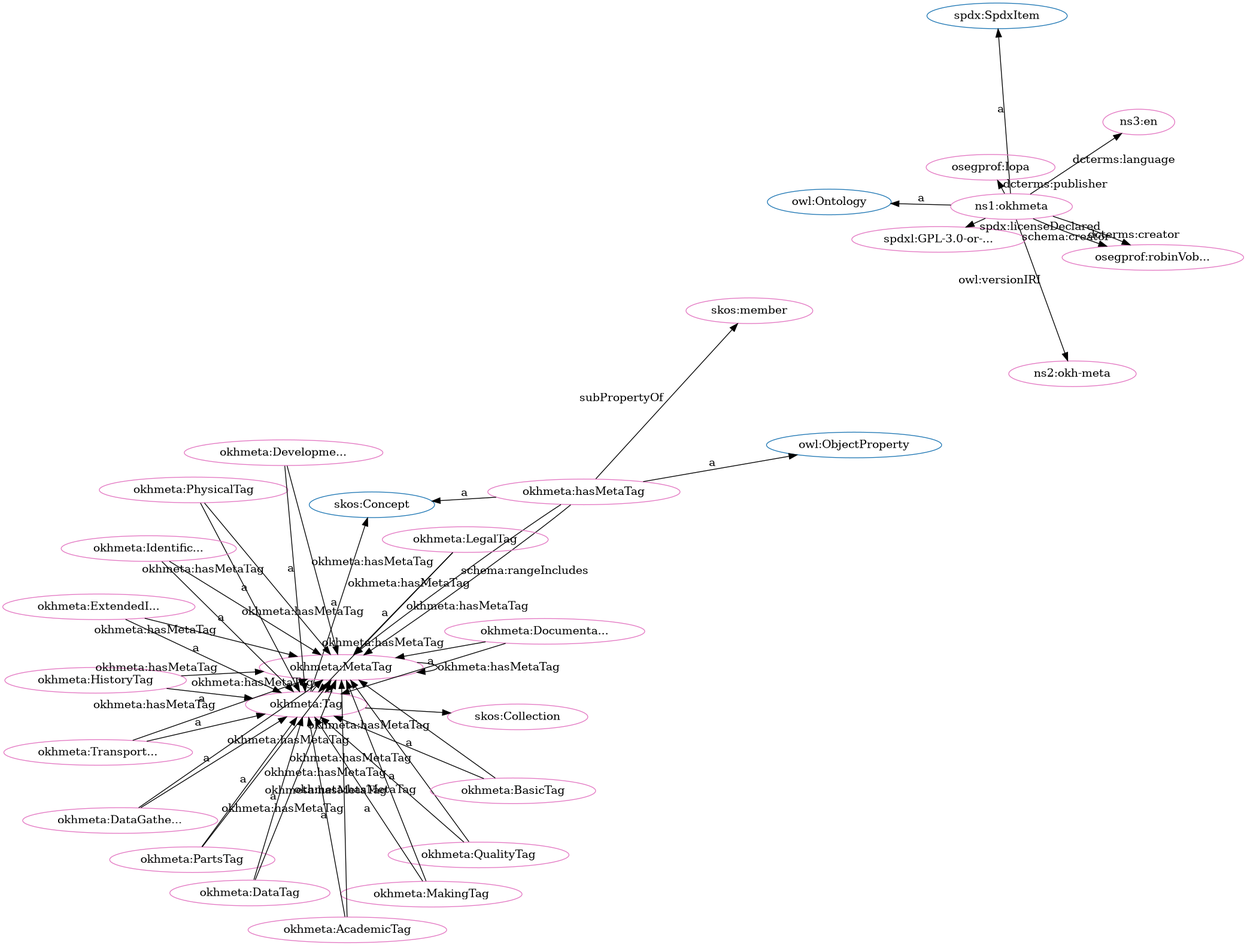
Earlier version of the Graphviz export src/spec/fdp_okh-meta.png (iop-alliance/OpenKnowHow). Its source is kept beside it as src/spec/fdp_okh-meta.dot.
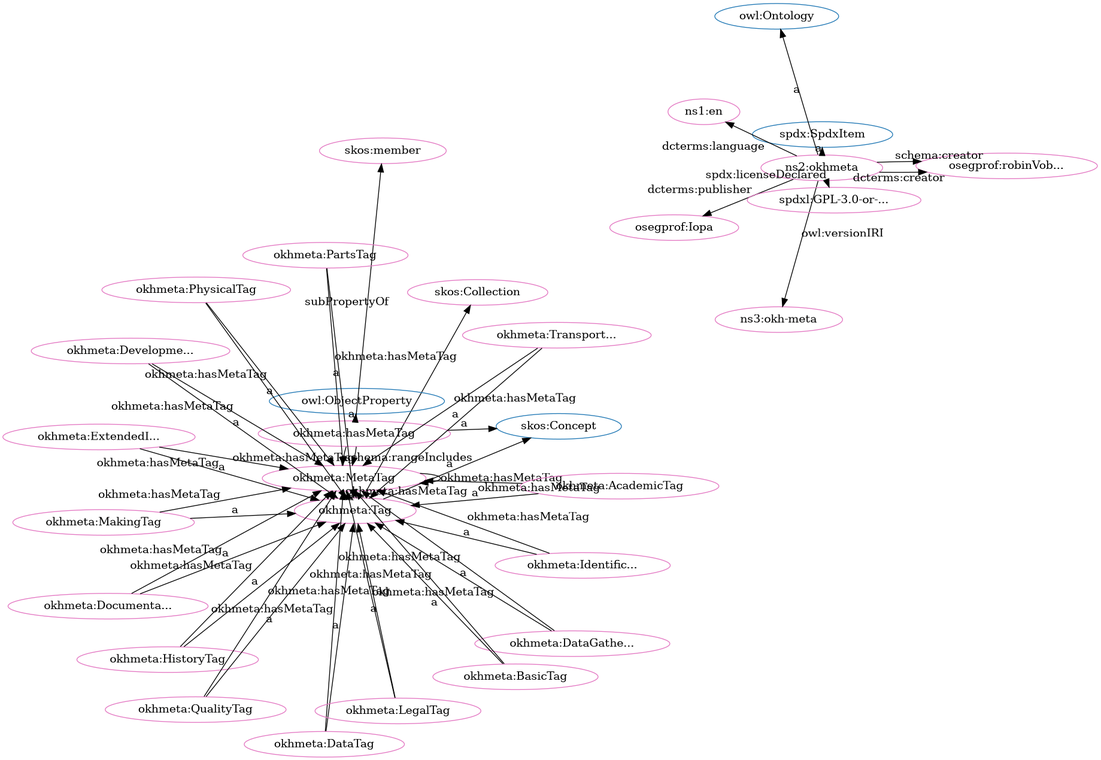
After the commit.

Change to the diagram source:
```diff
@@ -4,82 +4,82 @@
 "http://www.w3.org/2002/07/owl#Ontology" [fillcolor="#1f77b4" color="#1f77b4" label="owl:Ontology"]
 "http://w3id.org/oseg/ont/okhmeta#Tag" [fillcolor="#1f77b4" color="#1f77b4" label="okhmeta:Tag"]
 "http://www.w3.org/2004/02/skos/core#Concept" [fillcolor="#1f77b4" color="#1f77b4" label="skos:Concept"]
+"http://w3id.org/oseg/ont/okhmeta#MetaTag" [fillcolor="#1f77b4" color="#1f77b4" label="okhmeta:MetaTag"]
 "http://www.w3.org/2002/07/owl#ObjectProperty" [fillcolor="#1f77b4" color="#1f77b4" label="owl:ObjectProperty"]
+"http://spdx.org/rdf/terms#SpdxItem" [fillcolor="#1f77b4" color="#1f77b4" label="spdx:SpdxItem"]
 "http://www.w3.org/2004/02/skos/core#Collection" [fillcolor="#1f77b4" color="#1f77b4" label="skos:Collection"]
-"http://spdx.org/rdf/terms#SpdxItem" [fillcolor="#1f77b4" color="#1f77b4" label="spdx:SpdxItem"]
-"http://w3id.org/oseg/ont/okhmeta#MetaTag" [fillcolor="#1f77b4" color="#1f77b4" label="okhmeta:MetaTag"]
+"http://w3id.org/oseg/ont/okhmeta#HistoryTag" [fillcolor="#e377c2" color="#e377c2" label="okhmeta:HistoryTag"]
 "http://w3id.org/oseg/ont/okhmeta#MetaTag" [fillcolor="#e377c2" color="#e377c2" label="okhmeta:MetaTag"]
-"http://w3id.org/oseg/ont/okhmeta#PhysicalTag" [fillcolor="#e377c2" color="#e377c2" label="okhmeta:PhysicalTag"]
+"http://www.w3.org/2004/02/skos/core#Collection" [fillcolor="#e377c2" color="#e377c2" label="skos:Collection"]
+"http://w3id.org/oseg/ont/okhmeta#ExtendedInfoTag" [fillcolor="#e377c2" color="#e377c2" label="okhmeta:ExtendedI..."]
+"http://w3id.org/oseg/ont/okhmeta#Tag" [fillcolor="#e377c2" color="#e377c2" label="okhmeta:Tag"]
+"http://w3id.org/oseg/ont/okhmeta#hasMetaTag" [fillcolor="#e377c2" color="#e377c2" label="okhmeta:hasMetaTag"]
+"http://w3id.org/oseg/ont/okhmeta#DocumentationTag" [fillcolor="#e377c2" color="#e377c2" label="okhmeta:Documenta..."]
+"http://www.w3.org/2004/02/skos/core#member" [fillcolor="#e377c2" color="#e377c2" label="skos:member"]
+"http://w3id.org/oseg/ont/okhmeta#DataTag" [fillcolor="#e377c2" color="#e377c2" label="okhmeta:DataTag"]
 "http://w3id.org/oseg/ont/okhmeta#DevelopmentTag" [fillcolor="#e377c2" color="#e377c2" label="okhmeta:Developme..."]
-"http://w3id.org/oseg/ont/okhmeta#QualityTag" [fillcolor="#e377c2" color="#e377c2" label="okhmeta:QualityTag"]
+"http://w3id.org/oseg/ont/oseg-profiles#Iopa" [fillcolor="#e377c2" color="#e377c2" label="osegprof:Iopa"]
+"http://w3id.org/oseg/ont/okhmeta#LegalTag" [fillcolor="#e377c2" color="#e377c2" label="okhmeta:LegalTag"]
+"http://w3id.org/oseg/ont/okhmeta#DataGatheringTag" [fillcolor="#e377c2" color="#e377c2" label="okhmeta:DataGathe..."]
+"http://id.loc.gov/vocabulary/iso639-1/en" [fillcolor="#e377c2" color="#e377c2" label="ns1:en"]
+"http://w3id.org/oseg/ont/okhmeta#TransportationTag" [fillcolor="#e377c2" color="#e377c2" label="okhmeta:Transport..."]
+"http://w3id.org/oseg/ont/oseg-profiles#robinVobruba" [fillcolor="#e377c2" color="#e377c2" label="osegprof:robinVob..."]
+"http://w3id.org/oseg/ont/okhmeta" [fillcolor="#e377c2" color="#e377c2" label="ns2:okhmeta"]
+"http://w3id.org/oseg/ont/1.1.0/okh-meta" [fillcolor="#e377c2" color="#e377c2" label="ns3:okh-meta"]
 "http://w3id.org/oseg/ont/okhmeta#IdentificationTag" [fillcolor="#e377c2" color="#e377c2" label="okhmeta:Identific..."]
-"http://w3id.org/oseg/ont/okhmeta" [fillcolor="#e377c2" color="#e377c2" label="ns1:okhmeta"]
-"http://w3id.org/oseg/ont/okhmeta#hasMetaTag" [fillcolor="#e377c2" color="#e377c2" label="okhmeta:hasMetaTag"]
-"http://w3id.org/oseg/ont/oseg-profiles#Iopa" [fillcolor="#e377c2" color="#e377c2" label="osegprof:Iopa"]
-"http://www.w3.org/2004/02/skos/core#Collection" [fillcolor="#e377c2" color="#e377c2" label="skos:Collection"]
-"http://w3id.org/oseg/ont/okhmeta#HistoryTag" [fillcolor="#e377c2" color="#e377c2" label="okhmeta:HistoryTag"]
-"http://w3id.org/oseg/ont/okhmeta#PartsTag" [fillcolor="#e377c2" color="#e377c2" label="okhmeta:PartsTag"]
-"http://w3id.org/oseg/ont/okhmeta#DataTag" [fillcolor="#e377c2" color="#e377c2" label="okhmeta:DataTag"]
-"http://w3id.org/oseg/ont/okhmeta#BasicTag" [fillcolor="#e377c2" color="#e377c2" label="okhmeta:BasicTag"]
-"http://w3id.org/oseg/ont/1.1.0/okh-meta" [fillcolor="#e377c2" color="#e377c2" label="ns2:okh-meta"]
-"http://www.w3.org/2004/02/skos/core#member" [fillcolor="#e377c2" color="#e377c2" label="skos:member"]
-"http://id.loc.gov/vocabulary/iso639-1/en" [fillcolor="#e377c2" color="#e377c2" label="ns3:en"]
-"http://spdx.org/licenses/GPL-3.0-or-later" [fillcolor="#e377c2" color="#e377c2" label="spdxl:GPL-3.0-or-..."]
 "http://w3id.org/oseg/ont/okhmeta#MakingTag" [fillcolor="#e377c2" color="#e377c2" label="okhmeta:MakingTag"]
 "http://w3id.org/oseg/ont/okhmeta#AcademicTag" [fillcolor="#e377c2" color="#e377c2" label="okhmeta:AcademicTag"]
-"http://w3id.org/oseg/ont/okhmeta#Tag" [fillcolor="#e377c2" color="#e377c2" label="okhmeta:Tag"]
-"http://w3id.org/oseg/ont/okhmeta#LegalTag" [fillcolor="#e377c2" color="#e377c2" label="okhmeta:LegalTag"]
-"http://w3id.org/oseg/ont/oseg-profiles#robinVobruba" [fillcolor="#e377c2" color="#e377c2" label="osegprof:robinVob..."]
-"http://w3id.org/oseg/ont/okhmeta#DataGatheringTag" [fillcolor="#e377c2" color="#e377c2" label="okhmeta:DataGathe..."]
-"http://w3id.org/oseg/ont/okhmeta#ExtendedInfoTag" [fillcolor="#e377c2" color="#e377c2" label="okhmeta:ExtendedI..."]
-"http://w3id.org/oseg/ont/okhmeta#DocumentationTag" [fillcolor="#e377c2" color="#e377c2" label="okhmeta:Documenta..."]
-"http://w3id.org/oseg/ont/okhmeta#TransportationTag" [fillcolor="#e377c2" color="#e377c2" label="okhmeta:Transport..."]
-  "http://w3id.org/oseg/ont/okhmeta#PhysicalTag" -> "http://w3id.org/oseg/ont/okhmeta#Tag" [label="a"]
+"http://w3id.org/oseg/ont/okhmeta#PartsTag" [fillcolor="#e377c2" color="#e377c2" label="okhmeta:PartsTag"]
+"http://w3id.org/oseg/ont/okhmeta#PhysicalTag" [fillcolor="#e377c2" color="#e377c2" label="okhmeta:PhysicalTag"]
+"http://spdx.org/licenses/GPL-3.0-or-later" [fillcolor="#e377c2" color="#e377c2" label="spdxl:GPL-3.0-or-..."]
+"http://w3id.org/oseg/ont/okhmeta#BasicTag" [fillcolor="#e377c2" color="#e377c2" label="okhmeta:BasicTag"]
+"http://w3id.org/oseg/ont/okhmeta#QualityTag" [fillcolor="#e377c2" color="#e377c2" label="okhmeta:QualityTag"]
+  "http://w3id.org/oseg/ont/okhmeta#HistoryTag" -> "http://w3id.org/oseg/ont/okhmeta#Tag" [label="a"]
+  "http://w3id.org/oseg/ont/okhmeta#Tag" -> "http://w3id.org/oseg/ont/okhmeta#MetaTag" [label="okhmeta:hasMetaTag"]
+  "http://w3id.org/oseg/ont/okhmeta#Tag" -> "http://www.w3.org/2004/02/skos/core#Collection" [label=""]
+  "http://w3id.org/oseg/ont/okhmeta#IdentificationTag" -> "http://w3id.org/oseg/ont/okhmeta#MetaTag" [label="okhmeta:hasMetaTag"]
+  "http://w3id.org/oseg/ont/okhmeta#Tag" -> "http://www.w3.org/2004/02/skos/core#Concept" [label="a"]
+  "http://w3id.org/oseg/ont/okhmeta#hasMetaTag" -> "http://www.w3.org/2004/02/skos/core#Concept" [label="a"]
   "http://w3id.org/oseg/ont/okhmeta#DevelopmentTag" -> "http://w3id.org/oseg/ont/okhmeta#MetaTag" [label="okhmeta:hasMetaTag"]
-  "http://w3id.org/oseg/ont/okhmeta#MetaTag" -> "http://w3id.org/oseg/ont/okhmeta#MetaTag" [label="okhmeta:hasMetaTag"]
-  "http://w3id.org/oseg/ont/okhmeta#hasMetaTag" -> "http://w3id.org/oseg/ont/okhmeta#MetaTag" [label="okhmeta:hasMetaTag"]
-  "http://w3id.org/oseg/ont/okhmeta#IdentificationTag" -> "http://w3id.org/oseg/ont/okhmeta#MetaTag" [label="okhmeta:hasMetaTag"]
-  "http://w3id.org/oseg/ont/okhmeta" -> "http://spdx.org/rdf/terms#SpdxItem" [label="a"]
-  "http://w3id.org/oseg/ont/okhmeta#AcademicTag" -> "http://w3id.org/oseg/ont/okhmeta#MetaTag" [label="okhmeta:hasMetaTag"]
-  "http://w3id.org/oseg/ont/okhmeta#hasMetaTag" -> "http://www.w3.org/2004/02/skos/core#Concept" [label="a"]
-  "http://w3id.org/oseg/ont/okhmeta#Tag" -> "http://www.w3.org/2004/02/skos/core#Collection" [label=""]
-  "http://w3id.org/oseg/ont/okhmeta#TransportationTag" -> "http://w3id.org/oseg/ont/okhmeta#MetaTag" [label="okhmeta:hasMetaTag"]
-  "http://w3id.org/oseg/ont/okhmeta#HistoryTag" -> "http://w3id.org/oseg/ont/okhmeta#Tag" [label="a"]
-  "http://w3id.org/oseg/ont/okhmeta#DataTag" -> "http://w3id.org/oseg/ont/okhmeta#Tag" [label="a"]
-  "http://w3id.org/oseg/ont/okhmeta#ExtendedInfoTag" -> "http://w3id.org/oseg/ont/okhmeta#MetaTag" [label="okhmeta:hasMetaTag"]
-  "http://w3id.org/oseg/ont/okhmeta#Tag" -> "http://w3id.org/oseg/ont/okhmeta#MetaTag" [label="okhmeta:hasMetaTag"]
-  "http://w3id.org/oseg/ont/okhmeta#PhysicalTag" -> "http://w3id.org/oseg/ont/okhmeta#MetaTag" [label="okhmeta:hasMetaTag"]
-  "http://w3id.org/oseg/ont/okhmeta#BasicTag" -> "http://w3id.org/oseg/ont/okhmeta#Tag" [label="a"]
-  "http://w3id.org/oseg/ont/okhmeta#hasMetaTag" -> "http://w3id.org/oseg/ont/okhmeta#MetaTag" [label="schema:rangeIncludes"]
-  "http://w3id.org/oseg/ont/okhmeta#MakingTag" -> "http://w3id.org/oseg/ont/okhmeta#Tag" [label="a"]
-  "http://w3id.org/oseg/ont/okhmeta#QualityTag" -> "http://w3id.org/oseg/ont/okhmeta#MetaTag" [label="okhmeta:hasMetaTag"]
-  "http://w3id.org/oseg/ont/okhmeta#AcademicTag" -> "http://w3id.org/oseg/ont/okhmeta#Tag" [label="a"]
-  "http://w3id.org/oseg/ont/okhmeta#Tag" -> "http://www.w3.org/2004/02/skos/core#Concept" [label="a"]
-  "http://w3id.org/oseg/ont/okhmeta" -> "http://w3id.org/oseg/ont/oseg-profiles#robinVobruba" [label="dcterms:creator"]
-  "http://w3id.org/oseg/ont/okhmeta#DataGatheringTag" -> "http://w3id.org/oseg/ont/okhmeta#Tag" [label="a"]
-  "http://w3id.org/oseg/ont/okhmeta#hasMetaTag" -> "http://www.w3.org/2002/07/owl#ObjectProperty" [label="a"]
-  "http://w3id.org/oseg/ont/okhmeta#DocumentationTag" -> "http://w3id.org/oseg/ont/okhmeta#Tag" [label="a"]
-  "http://w3id.org/oseg/ont/okhmeta#BasicTag" -> "http://w3id.org/oseg/ont/okhmeta#MetaTag" [label="okhmeta:hasMetaTag"]
   "http://w3id.org/oseg/ont/okhmeta#DevelopmentTag" -> "http://w3id.org/oseg/ont/okhmeta#Tag" [label="a"]
-  "http://w3id.org/oseg/ont/okhmeta#MetaTag" -> "http://w3id.org/oseg/ont/okhmeta#Tag" [label="a"]
-  "http://w3id.org/oseg/ont/okhmeta#QualityTag" -> "http://w3id.org/oseg/ont/okhmeta#Tag" [label="a"]
-  "http://w3id.org/oseg/ont/okhmeta#IdentificationTag" -> "http://w3id.org/oseg/ont/okhmeta#Tag" [label="a"]
-  "http://w3id.org/oseg/ont/okhmeta#DataGatheringTag" -> "http://w3id.org/oseg/ont/okhmeta#MetaTag" [label="okhmeta:hasMetaTag"]
-  "http://w3id.org/oseg/ont/okhmeta#LegalTag" -> "http://w3id.org/oseg/ont/okhmeta#MetaTag" [label="okhmeta:hasMetaTag"]
-  "http://w3id.org/oseg/ont/okhmeta#DocumentationTag" -> "http://w3id.org/oseg/ont/okhmeta#MetaTag" [label="okhmeta:hasMetaTag"]
-  "http://w3id.org/oseg/ont/okhmeta" -> "http://w3id.org/oseg/ont/oseg-profiles#Iopa" [label="dcterms:publisher"]
-  "http://w3id.org/oseg/ont/okhmeta#PartsTag" -> "http://w3id.org/oseg/ont/okhmeta#Tag" [label="a"]
-  "http://w3id.org/oseg/ont/okhmeta#HistoryTag" -> "http://w3id.org/oseg/ont/okhmeta#MetaTag" [label="okhmeta:hasMetaTag"]
-  "http://w3id.org/oseg/ont/okhmeta#DataTag" -> "http://w3id.org/oseg/ont/okhmeta#MetaTag" [label="okhmeta:hasMetaTag"]
-  "http://w3id.org/oseg/ont/okhmeta" -> "http://w3id.org/oseg/ont/1.1.0/okh-meta" [label="owl:versionIRI"]
-  "http://w3id.org/oseg/ont/okhmeta#hasMetaTag" -> "http://www.w3.org/2004/02/skos/core#member" [label="subPropertyOf"]
-  "http://w3id.org/oseg/ont/okhmeta" -> "http://id.loc.gov/vocabulary/iso639-1/en" [label="dcterms:language"]
-  "http://w3id.org/oseg/ont/okhmeta" -> "http://spdx.org/licenses/GPL-3.0-or-later" [label="spdx:licenseDeclared"]
-  "http://w3id.org/oseg/ont/okhmeta#MakingTag" -> "http://w3id.org/oseg/ont/okhmeta#MetaTag" [label="okhmeta:hasMetaTag"]
   "http://w3id.org/oseg/ont/okhmeta#LegalTag" -> "http://w3id.org/oseg/ont/okhmeta#Tag" [label="a"]
   "http://w3id.org/oseg/ont/okhmeta#TransportationTag" -> "http://w3id.org/oseg/ont/okhmeta#Tag" [label="a"]
+  "http://w3id.org/oseg/ont/okhmeta#QualityTag" -> "http://w3id.org/oseg/ont/okhmeta#MetaTag" [label="okhmeta:hasMetaTag"]
+  "http://w3id.org/oseg/ont/okhmeta#hasMetaTag" -> "http://w3id.org/oseg/ont/okhmeta#MetaTag" [label="okhmeta:hasMetaTag"]
+  "http://w3id.org/oseg/ont/okhmeta" -> "http://www.w3.org/2002/07/owl#Ontology" [label="a"]
+  "http://w3id.org/oseg/ont/okhmeta#ExtendedInfoTag" -> "http://w3id.org/oseg/ont/okhmeta#MetaTag" [label="okhmeta:hasMetaTag"]
+  "http://w3id.org/oseg/ont/okhmeta" -> "http://spdx.org/rdf/terms#SpdxItem" [label="a"]
+  "http://w3id.org/oseg/ont/okhmeta#IdentificationTag" -> "http://w3id.org/oseg/ont/okhmeta#Tag" [label="a"]
+  "http://w3id.org/oseg/ont/okhmeta#AcademicTag" -> "http://w3id.org/oseg/ont/okhmeta#MetaTag" [label="okhmeta:hasMetaTag"]
+  "http://w3id.org/oseg/ont/okhmeta#AcademicTag" -> "http://w3id.org/oseg/ont/okhmeta#Tag" [label="a"]
+  "http://w3id.org/oseg/ont/okhmeta#DataTag" -> "http://w3id.org/oseg/ont/okhmeta#MetaTag" [label="okhmeta:hasMetaTag"]
+  "http://w3id.org/oseg/ont/okhmeta#hasMetaTag" -> "http://www.w3.org/2002/07/owl#ObjectProperty" [label="a"]
+  "http://w3id.org/oseg/ont/okhmeta#DataGatheringTag" -> "http://w3id.org/oseg/ont/okhmeta#MetaTag" [label="okhmeta:hasMetaTag"]
+  "http://w3id.org/oseg/ont/okhmeta#MetaTag" -> "http://w3id.org/oseg/ont/okhmeta#MetaTag" [label="okhmeta:hasMetaTag"]
+  "http://w3id.org/oseg/ont/okhmeta#QualityTag" -> "http://w3id.org/oseg/ont/okhmeta#Tag" [label="a"]
+  "http://w3id.org/oseg/ont/okhmeta#MetaTag" -> "http://w3id.org/oseg/ont/okhmeta#Tag" [label="a"]
+  "http://w3id.org/oseg/ont/okhmeta#ExtendedInfoTag" -> "http://w3id.org/oseg/ont/okhmeta#Tag" [label="a"]
+  "http://w3id.org/oseg/ont/okhmeta#DocumentationTag" -> "http://w3id.org/oseg/ont/okhmeta#MetaTag" [label="okhmeta:hasMetaTag"]
+  "http://w3id.org/oseg/ont/okhmeta#DocumentationTag" -> "http://w3id.org/oseg/ont/okhmeta#Tag" [label="a"]
+  "http://w3id.org/oseg/ont/okhmeta#hasMetaTag" -> "http://www.w3.org/2004/02/skos/core#member" [label="subPropertyOf"]
+  "http://w3id.org/oseg/ont/okhmeta#DataTag" -> "http://w3id.org/oseg/ont/okhmeta#Tag" [label="a"]
+  "http://w3id.org/oseg/ont/okhmeta" -> "http://w3id.org/oseg/ont/oseg-profiles#Iopa" [label="dcterms:publisher"]
+  "http://w3id.org/oseg/ont/okhmeta#PhysicalTag" -> "http://w3id.org/oseg/ont/okhmeta#MetaTag" [label="okhmeta:hasMetaTag"]
   "http://w3id.org/oseg/ont/okhmeta#PartsTag" -> "http://w3id.org/oseg/ont/okhmeta#MetaTag" [label="okhmeta:hasMetaTag"]
+  "http://w3id.org/oseg/ont/okhmeta#DataGatheringTag" -> "http://w3id.org/oseg/ont/okhmeta#Tag" [label="a"]
+  "http://w3id.org/oseg/ont/okhmeta" -> "http://id.loc.gov/vocabulary/iso639-1/en" [label="dcterms:language"]
+  "http://w3id.org/oseg/ont/okhmeta#BasicTag" -> "http://w3id.org/oseg/ont/okhmeta#MetaTag" [label="okhmeta:hasMetaTag"]
   "http://w3id.org/oseg/ont/okhmeta" -> "http://w3id.org/oseg/ont/oseg-profiles#robinVobruba" [label="schema:creator"]
-  "http://w3id.org/oseg/ont/okhmeta#ExtendedInfoTag" -> "http://w3id.org/oseg/ont/okhmeta#Tag" [label="a"]
-  "http://w3id.org/oseg/ont/okhmeta" -> "http://www.w3.org/2002/07/owl#Ontology" [label="a"]
+  "http://w3id.org/oseg/ont/okhmeta" -> "http://w3id.org/oseg/ont/oseg-profiles#robinVobruba" [label="dcterms:creator"]
+  "http://w3id.org/oseg/ont/okhmeta#hasMetaTag" -> "http://w3id.org/oseg/ont/okhmeta#MetaTag" [label="schema:rangeIncludes"]
+  "http://w3id.org/oseg/ont/okhmeta#MakingTag" -> "http://w3id.org/oseg/ont/okhmeta#MetaTag" [label="okhmeta:hasMetaTag"]
+  "http://w3id.org/oseg/ont/okhmeta" -> "http://w3id.org/oseg/ont/1.1.0/okh-meta" [label="owl:versionIRI"]
+  "http://w3id.org/oseg/ont/okhmeta#HistoryTag" -> "http://w3id.org/oseg/ont/okhmeta#MetaTag" [label="okhmeta:hasMetaTag"]
+  "http://w3id.org/oseg/ont/okhmeta#LegalTag" -> "http://w3id.org/oseg/ont/okhmeta#MetaTag" [label="okhmeta:hasMetaTag"]
+  "http://w3id.org/oseg/ont/okhmeta#PartsTag" -> "http://w3id.org/oseg/ont/okhmeta#Tag" [label="a"]
+  "http://w3id.org/oseg/ont/okhmeta#PhysicalTag" -> "http://w3id.org/oseg/ont/okhmeta#Tag" [label="a"]
+  "http://w3id.org/oseg/ont/okhmeta" -> "http://spdx.org/licenses/GPL-3.0-or-later" [label="spdx:licenseDeclared"]
+  "http://w3id.org/oseg/ont/okhmeta#BasicTag" -> "http://w3id.org/oseg/ont/okhmeta#Tag" [label="a"]
+  "http://w3id.org/oseg/ont/okhmeta#TransportationTag" -> "http://w3id.org/oseg/ont/okhmeta#MetaTag" [label="okhmeta:hasMetaTag"]
+  "http://w3id.org/oseg/ont/okhmeta#MakingTag" -> "http://w3id.org/oseg/ont/okhmeta#Tag" [label="a"]
 }
```
